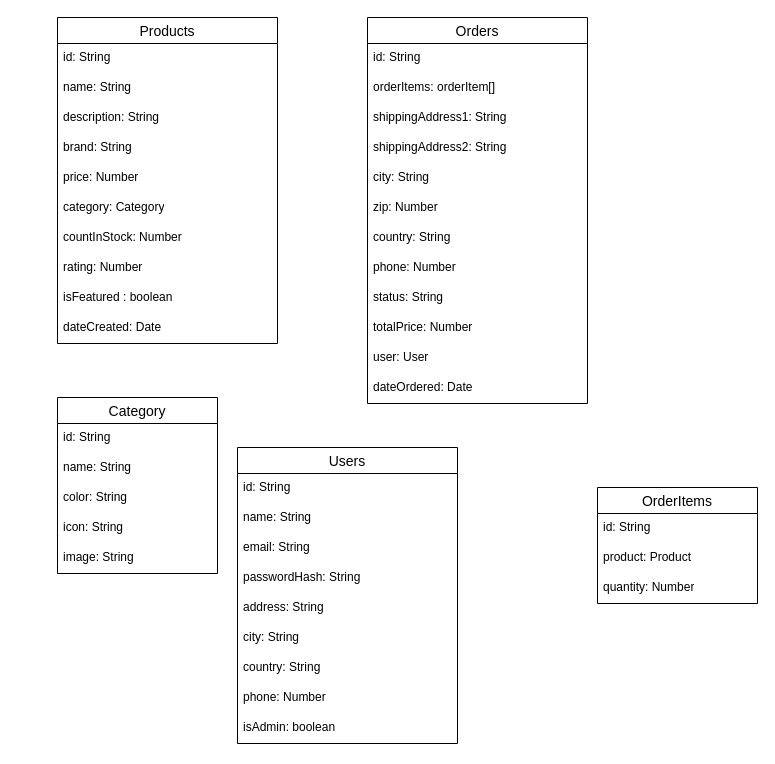
KhuzaimaKhalid/E-Shop keeps this draw.io diagram as ecommerce_ERD.drawio. Above is the earlier version. Source tidied: cells renumbered, new cells numbered last; positions are measured from the earlier drawing's top-left corner, leaving out a move shared by most shapes. Both pictures are drawn from the tidied source at 100%, with x=0, y=0 at pixel (57, 17).
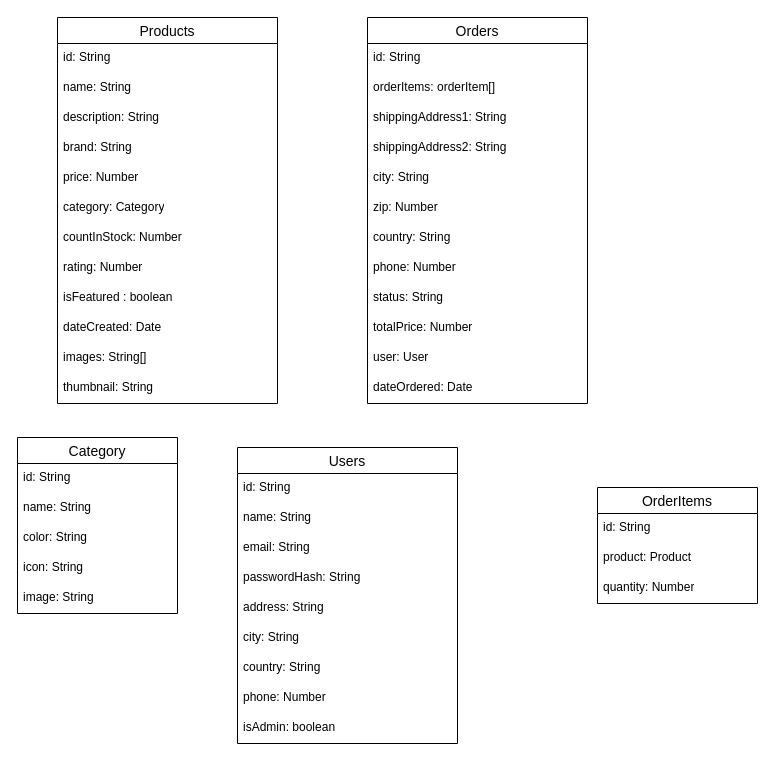
Above is the later version.

What changed in the source:
```diff
@@
     <mxCell id="2" value="Products" style="swimlane;fontStyle=0;horizontal=1;startSize=26;align=center;fontSize=14;" parent="1" vertex="1">
-      <mxGeometry width="220" height="326" as="geometry" />
+      <mxGeometry width="220" height="386" as="geometry" />
     </mxCell>
@@
+    <mxCell id="46" value="dateCreated: Date" style="text;strokeColor=none;fillColor=none;spacingLeft=4;spacingRight=4;overflow=hidden;fontSize=12;whiteSpace=wrap;html=1;" parent="2" vertex="1">
+      <mxGeometry y="296" width="220" height="30" as="geometry" />
+    </mxCell>
+    <mxCell id="47" value="images: String[]" style="text;strokeColor=none;fillColor=none;spacingLeft=4;spacingRight=4;overflow=hidden;fontSize=12;whiteSpace=wrap;html=1;" parent="2" vertex="1">
+      <mxGeometry y="326" width="220" height="30" as="geometry" />
+    </mxCell>
-    <mxCell id="12" value="dateCreated: Date" style="text;strokeColor=none;fillColor=none;spacingLeft=4;spacingRight=4;overflow=hidden;fontSize=12;whiteSpace=wrap;html=1;" parent="2" vertex="1">
-      <mxGeometry y="296" width="220" height="30" as="geometry" />
+    <mxCell id="12" value="thumbnail: String" style="text;strokeColor=none;fillColor=none;spacingLeft=4;spacingRight=4;overflow=hidden;fontSize=12;whiteSpace=wrap;html=1;" parent="2" vertex="1">
+      <mxGeometry y="356" width="220" height="30" as="geometry" />
     </mxCell>
@@
     <mxCell id="26" value="Category" style="swimlane;fontStyle=0;horizontal=1;startSize=26;align=center;fontSize=14;" parent="1" vertex="1">
-      <mxGeometry y="380" width="160" height="176" as="geometry" />
+      <mxGeometry x="-40" y="420" width="160" height="176" as="geometry" />
     </mxCell>
```
